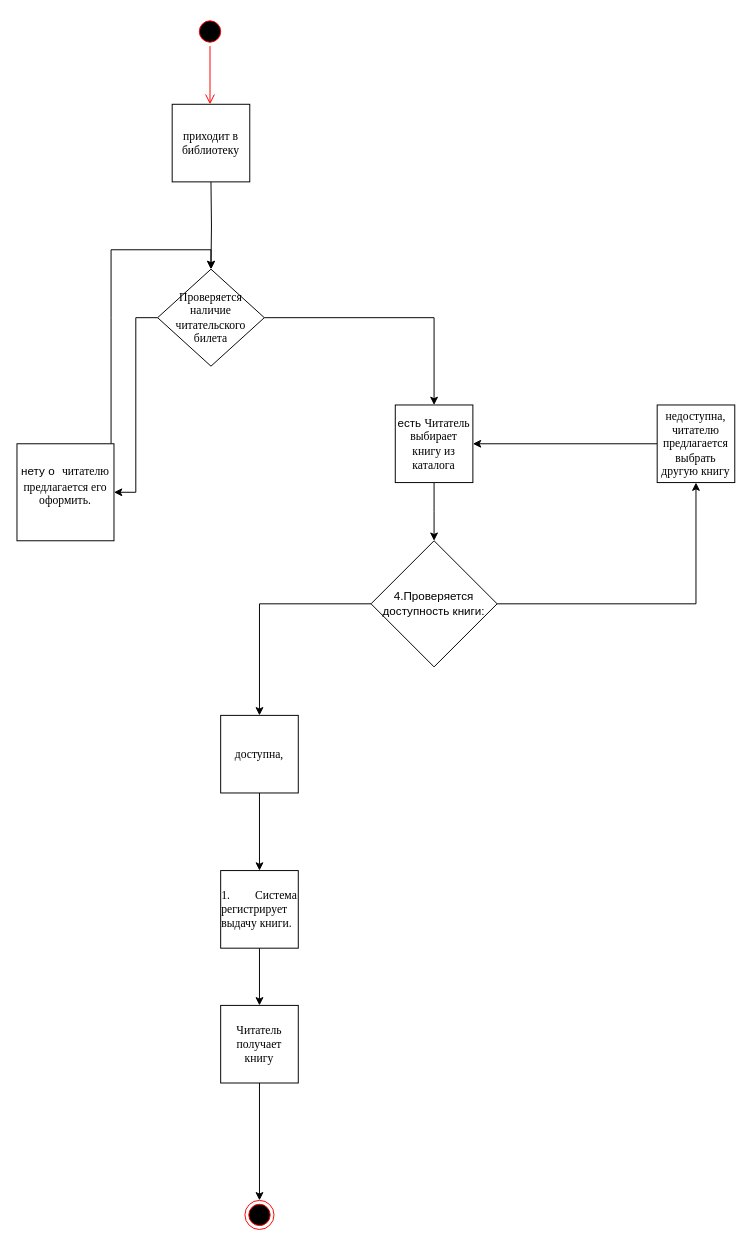
Earlier version of the draw.io diagram 12pr.drawio (taubaevbekzat/prak-12). Source tidied: cells renumbered, new cells numbered last; positions are measured from the earlier drawing's top-left corner, leaving out a move shared by most shapes. Both pictures are drawn from the tidied source at 97%, with x=0, y=0 at pixel (16, 16).
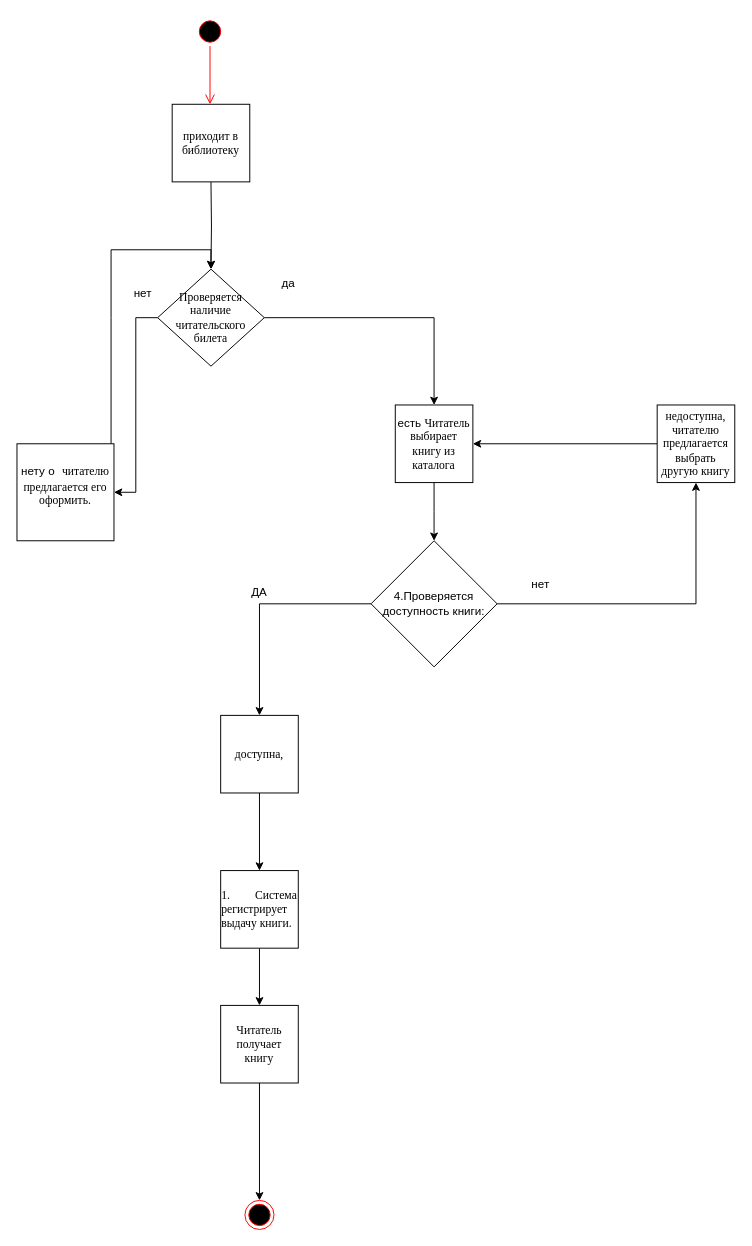
After the change.

What changed in the source:
```diff
@@
+    <mxCell id="25" value="&lt;br&gt;&lt;div&gt;ДА&lt;/div&gt;" style="text;html=1;whiteSpace=wrap;strokeColor=none;fillColor=none;align=center;verticalAlign=middle;rounded=0;" parent="1" vertex="1">
+      <mxGeometry x="220" y="570" width="60" height="30" as="geometry" />
+    </mxCell>
+    <mxCell id="26" value="нет" style="text;html=1;whiteSpace=wrap;strokeColor=none;fillColor=none;align=center;verticalAlign=middle;rounded=0;" parent="1" vertex="1">
+      <mxGeometry x="510" y="570" width="60" height="30" as="geometry" />
+    </mxCell>
+    <mxCell id="27" value="нет" style="text;html=1;whiteSpace=wrap;strokeColor=none;fillColor=none;align=center;verticalAlign=middle;rounded=0;" parent="1" vertex="1">
+      <mxGeometry x="100" y="270" width="60" height="30" as="geometry" />
+    </mxCell>
+    <mxCell id="28" value="да" style="text;html=1;whiteSpace=wrap;strokeColor=none;fillColor=none;align=center;verticalAlign=middle;rounded=0;" parent="1" vertex="1">
+      <mxGeometry x="250" y="260" width="60" height="30" as="geometry" />
+    </mxCell>
```
